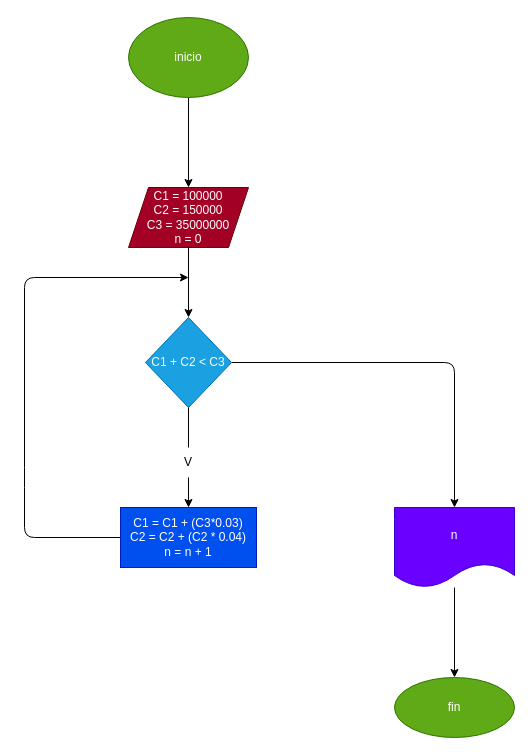
uis-socorro/quiz1_while-francosantiago keeps this draw.io diagram as diagrama.drawio. Above is the earlier version. Source tidied: cells renumbered, new cells numbered last; positions are measured from the earlier drawing's top-left corner, leaving out a move shared by most shapes. Both pictures are drawn from the tidied source at 100%, with x=0, y=0 at pixel (24, 17).
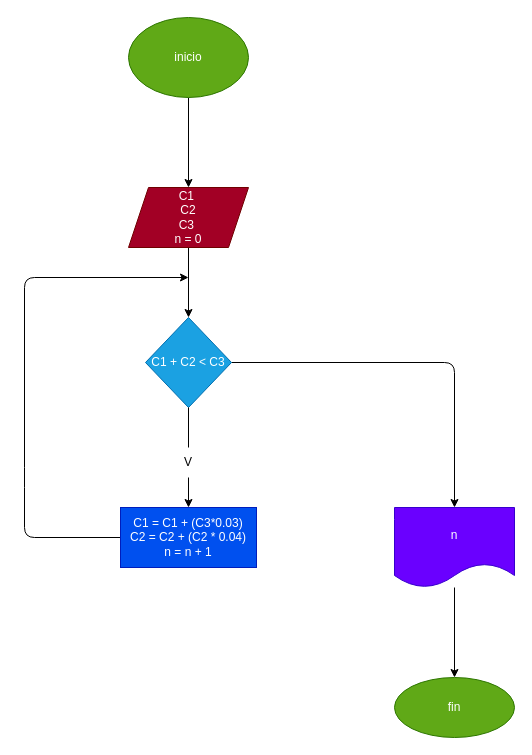
Above is the later version.

Commit message (it also covers changes not shown here):
Quiz resuelto

Diff of the diagram source:
```diff
@@
 <mxGraphModel>
   <root>
     <mxCell id="0" />
     <mxCell id="1" parent="0" />
     <mxCell id="2" style="edgeStyle=none;html=1;" parent="1" edge="1" source="3" target="5">
       <mxGeometry relative="1" as="geometry" />
     </mxCell>
     <mxCell id="3" value="inicio" style="ellipse;whiteSpace=wrap;html=1;fillColor=#60a917;fontColor=#ffffff;strokeColor=#2D7600;" parent="1" vertex="1">
       <mxGeometry x="104" width="120" height="80" as="geometry" />
     </mxCell>
     <mxCell id="4" style="edgeStyle=none;html=1;" parent="1" edge="1" source="5" target="8">
       <mxGeometry relative="1" as="geometry" />
     </mxCell>
-    <mxCell id="5" value="C1 = 100000&lt;br&gt;C2 = 150000&lt;br&gt;C3 = 35000000&lt;br&gt;n = 0" style="shape=parallelogram;perimeter=parallelogramPerimeter;whiteSpace=wrap;html=1;fixedSize=1;fillColor=#a20025;fontColor=#ffffff;strokeColor=#6F0000;" parent="1" vertex="1">
+    <mxCell id="5" value="C1&amp;nbsp;&lt;br&gt;C2&lt;br&gt;C3&amp;nbsp;&lt;br&gt;n = 0" style="shape=parallelogram;perimeter=parallelogramPerimeter;whiteSpace=wrap;html=1;fixedSize=1;fillColor=#a20025;fontColor=#ffffff;strokeColor=#6F0000;" parent="1" vertex="1">
       <mxGeometry x="104" y="170" width="120" height="60" as="geometry" />
     </mxCell>
     <mxCell id="6" style="edgeStyle=none;html=1;startArrow=none;" parent="1" edge="1" source="11" target="10">
       <mxGeometry relative="1" as="geometry" />
     </mxCell>
     <mxCell id="7" style="edgeStyle=none;html=1;" parent="1" edge="1" source="8" target="14">
       <mxGeometry relative="1" as="geometry">
         <Array as="points">
           <mxPoint x="430" y="345" />
         </Array>
       </mxGeometry>
     </mxCell>
     <mxCell id="8" value="C1 + C2 &amp;lt; C3" style="rhombus;whiteSpace=wrap;html=1;fillColor=#1ba1e2;fontColor=#ffffff;strokeColor=#006EAF;" parent="1" vertex="1">
       <mxGeometry x="121" y="300" width="86" height="90" as="geometry" />
     </mxCell>
     <mxCell id="9" style="edgeStyle=none;html=1;" parent="1" edge="1" source="10">
       <mxGeometry relative="1" as="geometry">
         <mxPoint x="164" y="260" as="targetPoint" />
         <Array as="points">
           <mxPoint y="520" />
           <mxPoint y="460" />
           <mxPoint y="260" />
         </Array>
       </mxGeometry>
     </mxCell>
     <mxCell id="10" value="C1 = C1 + (C3*0.03)&lt;br&gt;C2 = C2 + (C2 * 0.04)&lt;br&gt;n = n + 1" style="whiteSpace=wrap;html=1;fillColor=#0050ef;fontColor=#ffffff;strokeColor=#001DBC;" parent="1" vertex="1">
       <mxGeometry x="96" y="490" width="136" height="60" as="geometry" />
     </mxCell>
     <mxCell id="11" value="V" style="text;html=1;strokeColor=none;fillColor=none;align=center;verticalAlign=middle;whiteSpace=wrap;rounded=0;" parent="1" vertex="1">
       <mxGeometry x="134" y="430" width="60" height="30" as="geometry" />
     </mxCell>
     <mxCell id="12" style="edgeStyle=none;html=1;endArrow=none;" parent="1" edge="1" source="8" target="11">
       <mxGeometry relative="1" as="geometry" />
     </mxCell>
     <mxCell id="13" style="edgeStyle=none;html=1;" parent="1" edge="1" source="14" target="15">
       <mxGeometry relative="1" as="geometry" />
     </mxCell>
     <mxCell id="14" value="n" style="shape=document;whiteSpace=wrap;html=1;boundedLbl=1;fillColor=#6a00ff;fontColor=#ffffff;strokeColor=#3700CC;" parent="1" vertex="1">
       <mxGeometry x="370" y="490" width="120" height="80" as="geometry" />
     </mxCell>
     <mxCell id="15" value="fin" style="ellipse;whiteSpace=wrap;html=1;fillColor=#60a917;fontColor=#ffffff;strokeColor=#2D7600;" parent="1" vertex="1">
       <mxGeometry x="370" y="660" width="120" height="60" as="geometry" />
     </mxCell>
   </root>
 </mxGraphModel>
```
